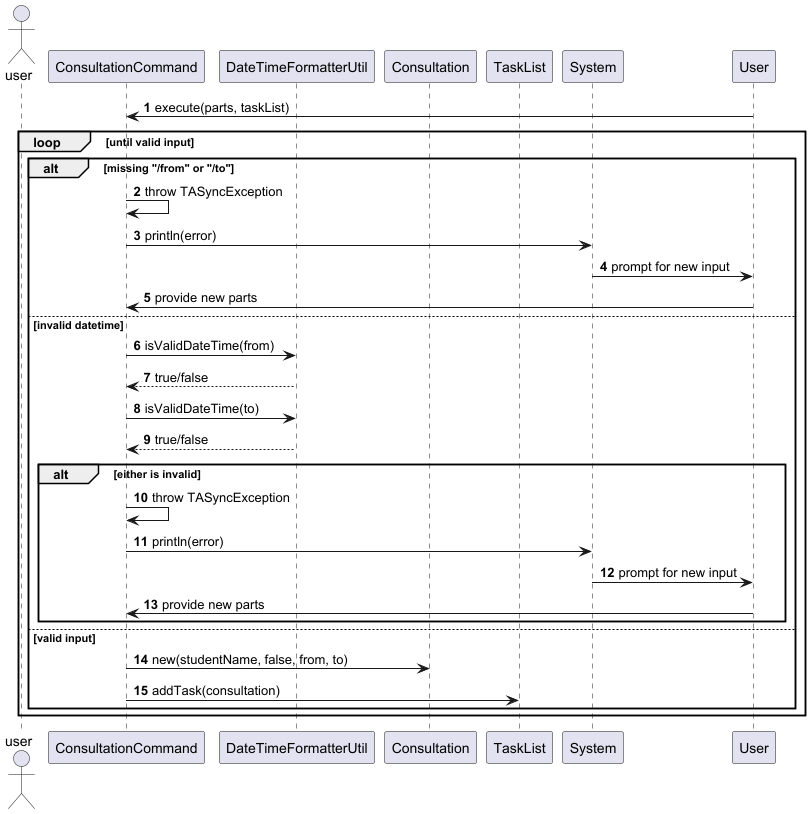
Before: docs/diagrams/tasklistcommands/ConsultationCommandSequenceDiagram.png, a diagram exported from PlantUML (wongyihao02/tp).
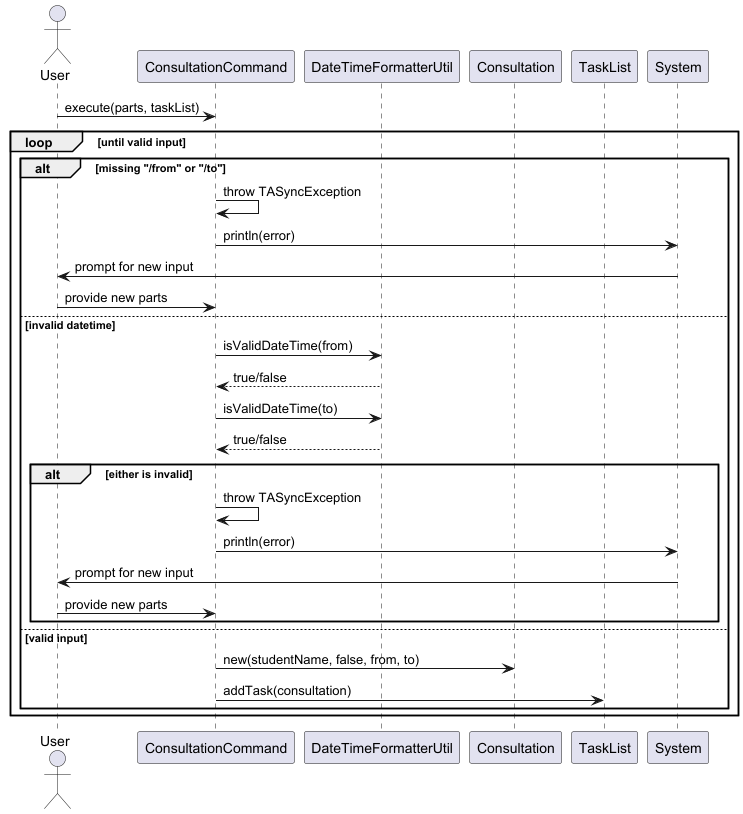
After the change.

Change to the diagram source:
```diff
@@ -1,7 +1,6 @@
 @startuml
 
-actor user
-autonumber
+actor User
 
 participant "ConsultationCommand" as ConsultCmd
 participant "DateTimeFormatterUtil" as Formatter
```
